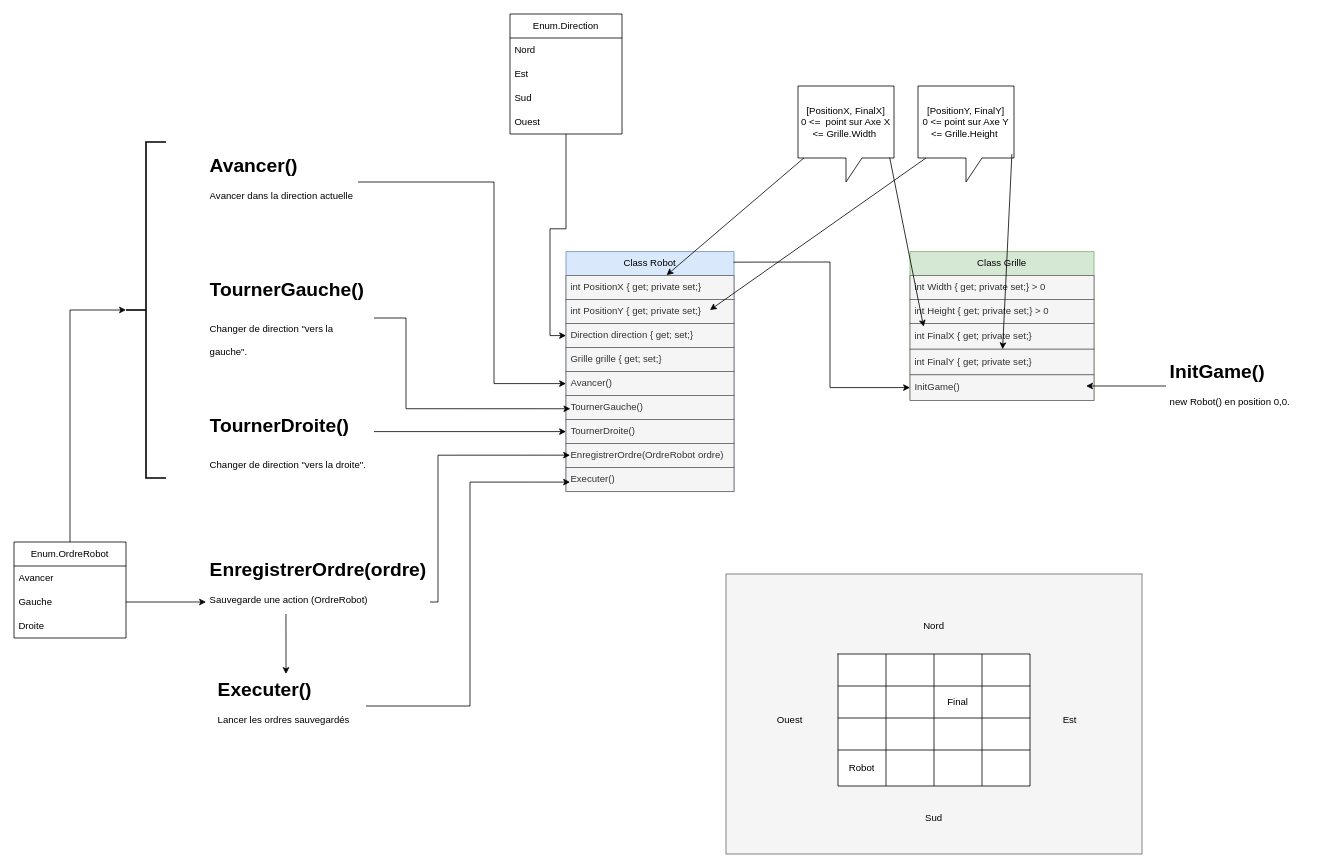
Above: ExoSupp.drawio in A-LTran/TFTIC_OO_ExoSupp_Delegue (draw.io), before the change. Source tidied: cells renumbered, new cells numbered last; positions are measured from the earlier drawing's top-left corner, leaving out a move shared by most shapes. Both pictures are drawn from the tidied source at 80%, with x=0, y=0 at pixel (14, 14).
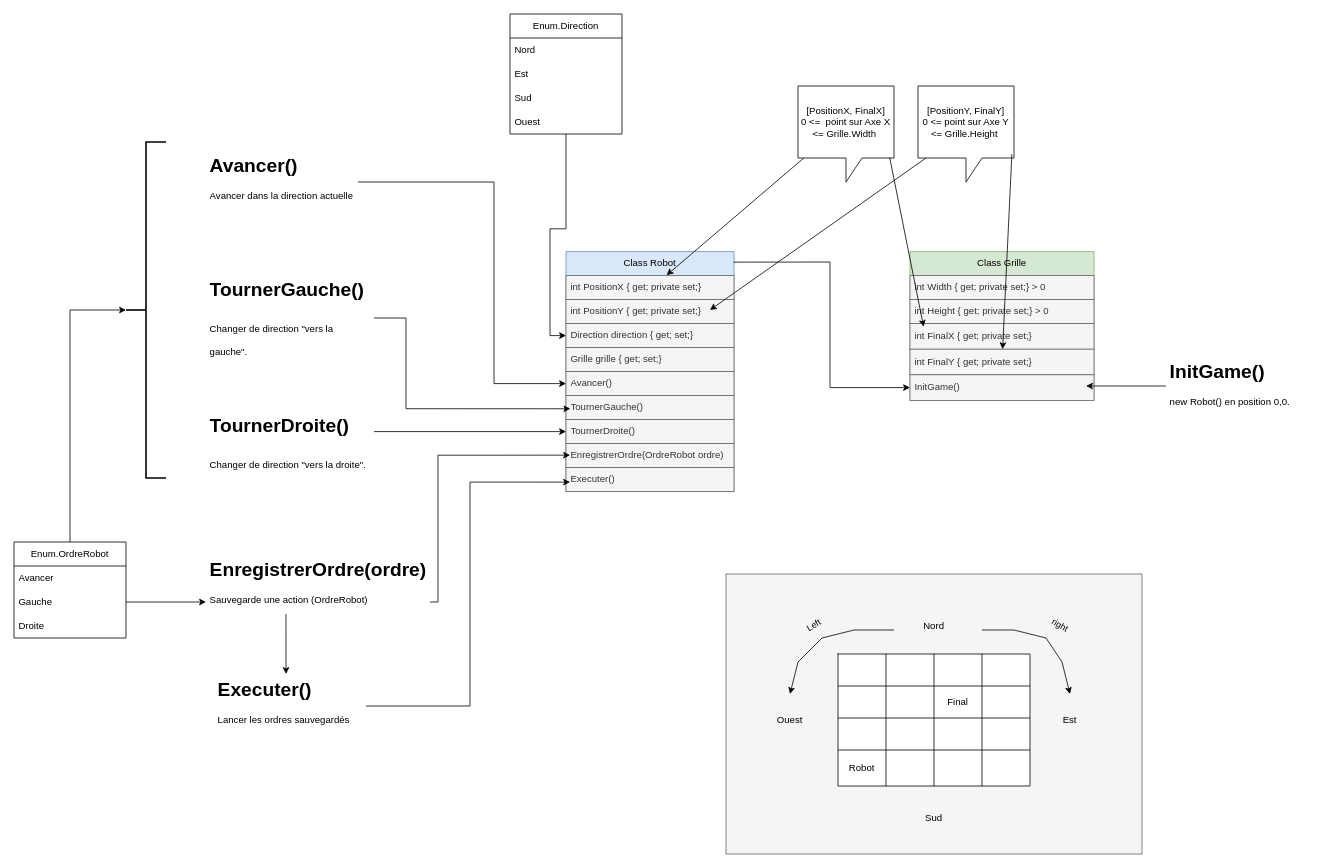
The same page after the edit.

The change refers to these unchanged cells:
```xml
<mxCell id="49" style="group;fillColor=#f5f5f5;fontColor=#333333;strokeColor=#666666;" parent="1" vertex="1">
  <mxGeometry x="890" y="700" width="520" height="350" as="geometry" />
</mxCell>
```

The edit, as a diff of the source:
```diff
@@
+    <mxCell id="77" value="&lt;font style=&quot;font-size: 11px;&quot;&gt;right&lt;/font&gt;" style="text;html=1;strokeColor=none;fillColor=none;align=center;verticalAlign=middle;whiteSpace=wrap;rounded=0;rotation=30;" parent="49" vertex="1">
+      <mxGeometry x="388" y="49" width="60" height="30" as="geometry" />
+    </mxCell>
+    <mxCell id="78" value="&lt;font style=&quot;font-size: 11px;&quot;&gt;Left&lt;br&gt;&lt;/font&gt;" style="text;html=1;strokeColor=none;fillColor=none;align=center;verticalAlign=middle;whiteSpace=wrap;rounded=0;rotation=-32;" parent="49" vertex="1">
+      <mxGeometry x="80" y="49" width="60" height="30" as="geometry" />
+    </mxCell>
@@
+    <mxCell id="79" style="endArrow=classic;html=1;rounded=0;" parent="1" edge="1">
+      <mxGeometry relative="1" as="geometry">
+        <mxPoint x="1210" y="770" as="sourcePoint" />
+        <mxPoint x="1320" y="850" as="targetPoint" />
+        <Array as="points">
+          <mxPoint x="1250" y="770" />
+          <mxPoint x="1290" y="780" />
+          <mxPoint x="1310" y="810" />
+        </Array>
+      </mxGeometry>
+    </mxCell>
+    <mxCell id="80" style="endArrow=classic;html=1;rounded=0;" parent="1" edge="1">
+      <mxGeometry relative="1" as="geometry">
+        <mxPoint x="1100" y="770" as="sourcePoint" />
+        <mxPoint x="970" y="850" as="targetPoint" />
+        <Array as="points">
+          <mxPoint x="1050" y="770" />
+          <mxPoint x="1010" y="780" />
+          <mxPoint x="980" y="810" />
+        </Array>
+      </mxGeometry>
+    </mxCell>
```
